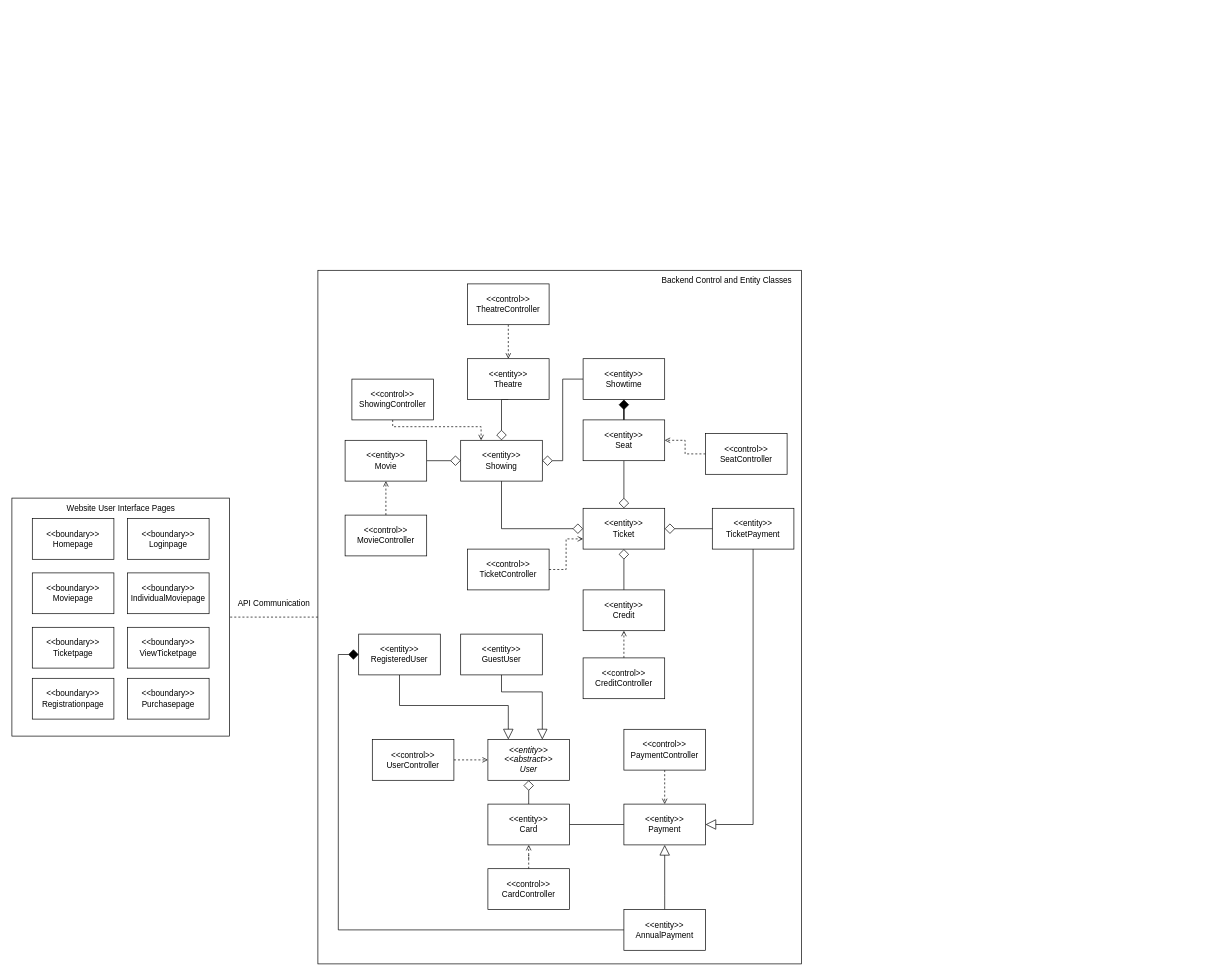
This is doc/drawio/MostRecent/ClassDiagramWithRelationship.drawio from ticket-kings/movie-theatre-system-backend, a draw.io file, before an edit. Source tidied: cells renumbered, new cells numbered last; positions are measured from the earlier drawing's top-left corner, leaving out a move shared by most shapes. Both pictures are drawn from the tidied source at 68%, with x=0, y=0 at pixel (12, 270).
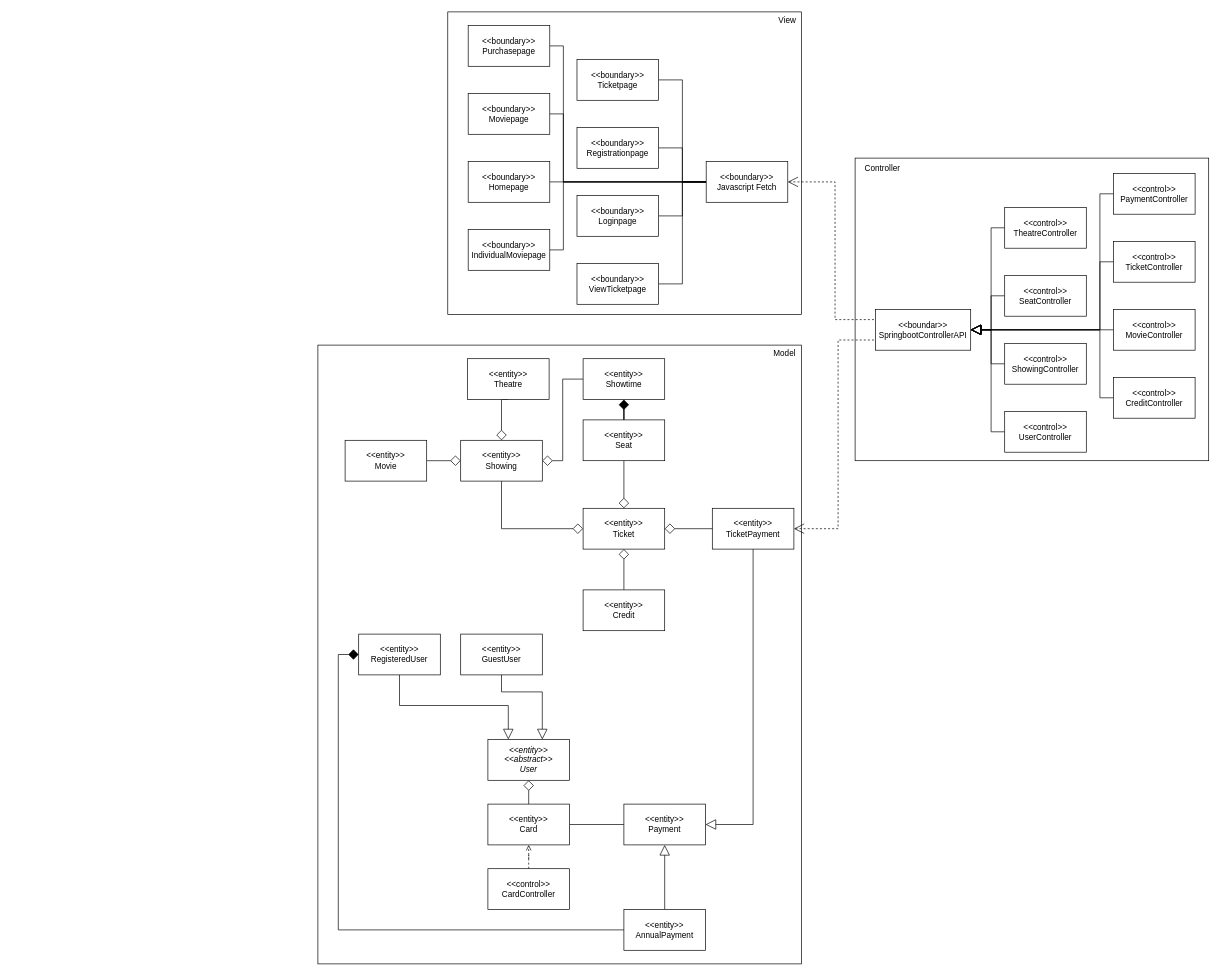
The same diagram, later.

Commit message (it also covers changes not shown here):
Update class diagram

The change refers to these unchanged cells:
```xml
<mxCell id="17" value="&lt;i&gt;&amp;lt;&amp;lt;entity&amp;gt;&amp;gt;&lt;br&gt;&amp;lt;&amp;lt;abstract&amp;gt;&amp;gt;&lt;br&gt;User&lt;/i&gt;" style="rounded=0;whiteSpace=wrap;html=1;shadow=0;" parent="1" vertex="1">
  <mxGeometry x="700" y="690" width="120" height="60" as="geometry" />
</mxCell>
<mxCell id="18" value="&amp;lt;&amp;lt;entity&amp;gt;&amp;gt;&lt;br&gt;Credit" style="rounded=0;whiteSpace=wrap;html=1;shadow=0;" parent="1" vertex="1">
  <mxGeometry x="840" y="470" width="120" height="60" as="geometry" />
</mxCell>
<mxCell id="19" value="&amp;lt;&amp;lt;entity&amp;gt;&amp;gt;&lt;br&gt;Movie" style="rounded=0;whiteSpace=wrap;html=1;shadow=0;" parent="1" vertex="1">
  <mxGeometry x="490" y="250" width="120" height="60" as="geometry" />
</mxCell>
<mxCell id="21" value="&amp;lt;&amp;lt;entity&amp;gt;&amp;gt;&lt;br&gt;Showing" style="rounded=0;whiteSpace=wrap;html=1;shadow=0;" parent="1" vertex="1">
  <mxGeometry x="660" y="250" width="120" height="60" as="geometry" />
</mxCell>
<mxCell id="22" value="&amp;lt;&amp;lt;entity&amp;gt;&amp;gt;&lt;br&gt;Theatre" style="rounded=0;whiteSpace=wrap;html=1;shadow=0;" parent="1" vertex="1">
  <mxGeometry x="670" y="130" width="120" height="60" as="geometry" />
</mxCell>
<mxCell id="24" value="&amp;lt;&amp;lt;entity&amp;gt;&amp;gt;&lt;br&gt;Payment" style="rounded=0;whiteSpace=wrap;html=1;shadow=0;" parent="1" vertex="1">
  <mxGeometry x="900" y="785" width="120" height="60" as="geometry" />
</mxCell>
<mxCell id="25" value="&amp;lt;&amp;lt;entity&amp;gt;&amp;gt;&lt;br&gt;Ticket" style="rounded=0;whiteSpace=wrap;html=1;shadow=0;" parent="1" vertex="1">
  <mxGeometry x="840" y="350" width="120" height="60" as="geometry" />
</mxCell>
<mxCell id="27" value="&amp;lt;&amp;lt;entity&amp;gt;&amp;gt;&lt;br&gt;TicketPayment" style="rounded=0;whiteSpace=wrap;html=1;shadow=0;" parent="1" vertex="1">
  <mxGeometry x="1030" y="350" width="120" height="60" as="geometry" />
</mxCell>
<mxCell id="31" value="&amp;lt;&amp;lt;entity&amp;gt;&amp;gt;&lt;br&gt;Seat" style="rounded=0;whiteSpace=wrap;html=1;shadow=0;" parent="1" vertex="1">
  <mxGeometry x="840" y="220" width="120" height="60" as="geometry" />
</mxCell>
```

Diff of the diagram source:
```diff
@@
-    <mxCell id="2" style="edgeStyle=orthogonalEdgeStyle;rounded=0;jettySize=auto;html=1;dashed=1;endArrow=none;endFill=0;entryX=1;entryY=0.5;entryDx=0;entryDy=0;" parent="1" edge="1" source="3" target="4">
-      <mxGeometry relative="1" as="geometry" />
-    </mxCell>
+    <mxCell id="63" style="rounded=0;whiteSpace=wrap;html=1;" parent="1" vertex="1">
+      <mxGeometry x="1240" y="-165" width="520" height="445" as="geometry" />
+    </mxCell>
     <mxCell id="3" style="rounded=0;whiteSpace=wrap;html=1;" parent="1" vertex="1">
-      <mxGeometry x="450" width="711" height="1020" as="geometry" />
+      <mxGeometry x="450" y="110" width="711" height="910" as="geometry" />
     </mxCell>
     <mxCell id="4" style="rounded=0;whiteSpace=wrap;html=1;" parent="1" vertex="1">
-      <mxGeometry y="335" width="320" height="350" as="geometry" />
+      <mxGeometry x="641" y="-380" width="520" height="445" as="geometry" />
     </mxCell>
@@
+    <mxCell id="64" style="edgeStyle=orthogonalEdgeStyle;rounded=0;jettySize=auto;html=1;entryX=0;entryY=0.75;entryDx=0;entryDy=0;startArrow=open;startFill=0;endArrow=none;endFill=0;startSize=13;endSize=13;dashed=1;" parent="1" edge="1" source="27" target="81">
+      <mxGeometry relative="1" as="geometry" />
+    </mxCell>
@@
-    <mxCell id="33" style="edgeStyle=orthogonalEdgeStyle;rounded=0;jettySize=auto;html=1;entryX=0.5;entryY=0;entryDx=0;entryDy=0;dashed=1;endArrow=open;endFill=0;" parent="1" edge="1" source="34" target="24">
-      <mxGeometry relative="1" as="geometry" />
-    </mxCell>
+    <mxCell id="65" style="edgeStyle=orthogonalEdgeStyle;rounded=0;jettySize=auto;html=1;entryX=1;entryY=0.5;entryDx=0;entryDy=0;endArrow=block;endFill=0;endSize=13;startSize=13;" parent="1" edge="1" source="34" target="81">
+      <mxGeometry relative="1" as="geometry">
+        <Array as="points">
+          <mxPoint x="1600" y="-112.5" />
+          <mxPoint x="1600" y="87.5" />
+        </Array>
+      </mxGeometry>
+    </mxCell>
     <mxCell id="34" value="&amp;lt;&amp;lt;control&amp;gt;&amp;gt;&lt;br&gt;PaymentController" style="rounded=0;whiteSpace=wrap;html=1;shadow=0;" parent="1" vertex="1">
-      <mxGeometry x="900" y="675" width="120" height="60" as="geometry" />
+      <mxGeometry x="1620" y="-142.5" width="120" height="60" as="geometry" />
     </mxCell>
-    <mxCell id="35" style="edgeStyle=orthogonalEdgeStyle;rounded=0;jettySize=auto;html=1;entryX=1;entryY=0.5;entryDx=0;entryDy=0;dashed=1;endArrow=open;endFill=0;" parent="1" edge="1" source="36" target="31">
-      <mxGeometry relative="1" as="geometry" />
-    </mxCell>
+    <mxCell id="66" style="edgeStyle=orthogonalEdgeStyle;rounded=0;jettySize=auto;html=1;entryX=1;entryY=0.5;entryDx=0;entryDy=0;endArrow=block;endFill=0;endSize=13;startSize=13;" parent="1" edge="1" source="36" target="81">
+      <mxGeometry relative="1" as="geometry" />
+    </mxCell>
     <mxCell id="36" value="&amp;lt;&amp;lt;control&amp;gt;&amp;gt;&lt;br&gt;SeatController" style="rounded=0;whiteSpace=wrap;html=1;shadow=0;" parent="1" vertex="1">
-      <mxGeometry x="1020" y="240" width="120" height="60" as="geometry" />
+      <mxGeometry x="1460" y="7.5" width="120" height="60" as="geometry" />
     </mxCell>
-    <mxCell id="37" style="edgeStyle=orthogonalEdgeStyle;rounded=0;jettySize=auto;html=1;entryX=0.5;entryY=0;entryDx=0;entryDy=0;endArrow=open;endFill=0;dashed=1;" parent="1" edge="1" source="38" target="22">
-      <mxGeometry relative="1" as="geometry" />
-    </mxCell>
+    <mxCell id="67" style="edgeStyle=orthogonalEdgeStyle;rounded=0;jettySize=auto;html=1;entryX=1;entryY=0.5;entryDx=0;entryDy=0;endArrow=block;endFill=0;endSize=13;startSize=13;" parent="1" edge="1" source="38" target="81">
+      <mxGeometry relative="1" as="geometry" />
+    </mxCell>
     <mxCell id="38" value="&amp;lt;&amp;lt;control&amp;gt;&amp;gt;&lt;br&gt;TheatreController" style="rounded=0;whiteSpace=wrap;html=1;shadow=0;" parent="1" vertex="1">
-      <mxGeometry x="670" y="20" width="120" height="60" as="geometry" />
+      <mxGeometry x="1460" y="-92.5" width="120" height="60" as="geometry" />
     </mxCell>
-    <mxCell id="39" style="edgeStyle=orthogonalEdgeStyle;rounded=0;jettySize=auto;html=1;entryX=0.5;entryY=1;entryDx=0;entryDy=0;dashed=1;endArrow=open;endFill=0;" parent="1" edge="1" source="40" target="19">
-      <mxGeometry relative="1" as="geometry" />
-    </mxCell>
+    <mxCell id="68" style="edgeStyle=orthogonalEdgeStyle;rounded=0;jettySize=auto;html=1;entryX=1;entryY=0.5;entryDx=0;entryDy=0;endArrow=block;endFill=0;endSize=13;startSize=13;" parent="1" edge="1" source="40" target="81">
+      <mxGeometry relative="1" as="geometry" />
+    </mxCell>
     <mxCell id="40" value="&amp;lt;&amp;lt;control&amp;gt;&amp;gt;&lt;br&gt;MovieController" style="rounded=0;whiteSpace=wrap;html=1;shadow=0;" parent="1" vertex="1">
-      <mxGeometry x="490" y="360" width="120" height="60" as="geometry" />
+      <mxGeometry x="1620" y="57.5" width="120" height="60" as="geometry" />
     </mxCell>
-    <mxCell id="41" style="edgeStyle=orthogonalEdgeStyle;rounded=0;jettySize=auto;html=1;entryX=0;entryY=0.75;entryDx=0;entryDy=0;dashed=1;endArrow=open;endFill=0;" parent="1" edge="1" source="42" target="25">
-      <mxGeometry relative="1" as="geometry" />
-    </mxCell>
+    <mxCell id="69" style="edgeStyle=orthogonalEdgeStyle;rounded=0;jettySize=auto;html=1;entryX=1;entryY=0.5;entryDx=0;entryDy=0;endArrow=block;endFill=0;endSize=13;startSize=13;" parent="1" edge="1" source="42" target="81">
+      <mxGeometry relative="1" as="geometry">
+        <Array as="points">
+          <mxPoint x="1600" y="-12.5" />
+          <mxPoint x="1600" y="87.5" />
+        </Array>
+      </mxGeometry>
+    </mxCell>
     <mxCell id="42" value="&amp;lt;&amp;lt;control&amp;gt;&amp;gt;&lt;br&gt;TicketController" style="rounded=0;whiteSpace=wrap;html=1;shadow=0;" parent="1" vertex="1">
-      <mxGeometry x="670" y="410" width="120" height="60" as="geometry" />
+      <mxGeometry x="1620" y="-42.5" width="120" height="60" as="geometry" />
     </mxCell>
-    <mxCell id="43" style="edgeStyle=orthogonalEdgeStyle;rounded=0;jettySize=auto;html=1;entryX=0.25;entryY=0;entryDx=0;entryDy=0;dashed=1;endArrow=open;endFill=0;" parent="1" edge="1" source="44" target="21">
-      <mxGeometry relative="1" as="geometry">
-        <Array as="points">
-          <mxPoint x="560" y="230" />
-          <mxPoint x="690" y="230" />
-        </Array>
-      </mxGeometry>
-    </mxCell>
+    <mxCell id="70" style="edgeStyle=orthogonalEdgeStyle;rounded=0;jettySize=auto;html=1;entryX=1;entryY=0.5;entryDx=0;entryDy=0;endArrow=block;endFill=0;endSize=13;startSize=13;" parent="1" edge="1" source="44" target="81">
+      <mxGeometry relative="1" as="geometry" />
+    </mxCell>
     <mxCell id="44" value="&amp;lt;&amp;lt;control&amp;gt;&amp;gt;&lt;br&gt;ShowingController" style="rounded=0;whiteSpace=wrap;html=1;shadow=0;" parent="1" vertex="1">
-      <mxGeometry x="500" y="160" width="120" height="60" as="geometry" />
+      <mxGeometry x="1460" y="107.5" width="120" height="60" as="geometry" />
     </mxCell>
@@
-    <mxCell id="47" style="edgeStyle=orthogonalEdgeStyle;rounded=0;jettySize=auto;html=1;entryX=0.5;entryY=1;entryDx=0;entryDy=0;dashed=1;endArrow=open;endFill=0;" parent="1" edge="1" source="48" target="18">
-      <mxGeometry relative="1" as="geometry" />
-    </mxCell>
+    <mxCell id="71" style="edgeStyle=orthogonalEdgeStyle;rounded=0;jettySize=auto;html=1;entryX=1;entryY=0.5;entryDx=0;entryDy=0;endArrow=block;endFill=0;endSize=13;startSize=13;" parent="1" edge="1" source="48" target="81">
+      <mxGeometry relative="1" as="geometry">
+        <Array as="points">
+          <mxPoint x="1600" y="187.5" />
+          <mxPoint x="1600" y="87.5" />
+        </Array>
+      </mxGeometry>
+    </mxCell>
     <mxCell id="48" value="&amp;lt;&amp;lt;control&amp;gt;&amp;gt;&lt;br&gt;CreditController" style="rounded=0;whiteSpace=wrap;html=1;shadow=0;" parent="1" vertex="1">
-      <mxGeometry x="840" y="570" width="120" height="60" as="geometry" />
+      <mxGeometry x="1620" y="157.5" width="120" height="60" as="geometry" />
     </mxCell>
-    <mxCell id="49" style="edgeStyle=orthogonalEdgeStyle;rounded=0;jettySize=auto;html=1;entryX=0;entryY=0.5;entryDx=0;entryDy=0;dashed=1;endArrow=open;endFill=0;" parent="1" edge="1" source="50" target="17">
-      <mxGeometry relative="1" as="geometry" />
-    </mxCell>
+    <mxCell id="72" style="edgeStyle=orthogonalEdgeStyle;rounded=0;jettySize=auto;html=1;entryX=1;entryY=0.5;entryDx=0;entryDy=0;endArrow=block;endFill=0;endSize=13;startSize=13;" parent="1" edge="1" source="50" target="81">
+      <mxGeometry relative="1" as="geometry" />
+    </mxCell>
     <mxCell id="50" value="&amp;lt;&amp;lt;control&amp;gt;&amp;gt;&lt;br&gt;UserController" style="rounded=0;whiteSpace=wrap;html=1;shadow=0;" parent="1" vertex="1">
-      <mxGeometry x="530" y="690" width="120" height="60" as="geometry" />
+      <mxGeometry x="1460" y="207.5" width="120" height="60" as="geometry" />
     </mxCell>
+    <mxCell id="73" style="edgeStyle=orthogonalEdgeStyle;rounded=0;jettySize=auto;html=1;entryX=0;entryY=0.5;entryDx=0;entryDy=0;endArrow=none;endFill=0;" parent="1" edge="1" source="51" target="83">
+      <mxGeometry relative="1" as="geometry" />
+    </mxCell>
     <mxCell id="51" value="&amp;lt;&amp;lt;boundary&amp;gt;&amp;gt;&lt;br&gt;Loginpage" style="rounded=0;whiteSpace=wrap;html=1;shadow=0;" parent="1" vertex="1">
-      <mxGeometry x="170" y="365" width="120" height="60" as="geometry" />
+      <mxGeometry x="831" y="-110" width="120" height="60" as="geometry" />
     </mxCell>
+    <mxCell id="74" style="edgeStyle=orthogonalEdgeStyle;rounded=0;jettySize=auto;html=1;entryX=0;entryY=0.5;entryDx=0;entryDy=0;endArrow=none;endFill=0;" parent="1" edge="1" source="52" target="83">
+      <mxGeometry relative="1" as="geometry" />
+    </mxCell>
     <mxCell id="52" value="&amp;lt;&amp;lt;boundary&amp;gt;&amp;gt;&lt;br&gt;Homepage" style="rounded=0;whiteSpace=wrap;html=1;shadow=0;" parent="1" vertex="1">
-      <mxGeometry x="30" y="365" width="120" height="60" as="geometry" />
+      <mxGeometry x="671" y="-160" width="120" height="60" as="geometry" />
     </mxCell>
+    <mxCell id="75" style="edgeStyle=orthogonalEdgeStyle;rounded=0;jettySize=auto;html=1;entryX=0;entryY=0.5;entryDx=0;entryDy=0;endArrow=none;endFill=0;" parent="1" edge="1" source="53" target="83">
+      <mxGeometry relative="1" as="geometry" />
+    </mxCell>
     <mxCell id="53" value="&amp;lt;&amp;lt;boundary&amp;gt;&amp;gt;&lt;br&gt;Registrationpage" style="rounded=0;whiteSpace=wrap;html=1;shadow=0;" parent="1" vertex="1">
-      <mxGeometry x="30" y="600" width="120" height="60" as="geometry" />
+      <mxGeometry x="831" y="-210" width="120" height="60" as="geometry" />
     </mxCell>
+    <mxCell id="76" style="edgeStyle=orthogonalEdgeStyle;rounded=0;jettySize=auto;html=1;entryX=0;entryY=0.5;entryDx=0;entryDy=0;endArrow=none;endFill=0;" parent="1" edge="1" source="54" target="83">
+      <mxGeometry relative="1" as="geometry">
+        <Array as="points">
+          <mxPoint x="811" y="-230" />
+          <mxPoint x="811" y="-130" />
+        </Array>
+      </mxGeometry>
+    </mxCell>
     <mxCell id="54" value="&amp;lt;&amp;lt;boundary&amp;gt;&amp;gt;&lt;br&gt;Moviepage" style="rounded=0;whiteSpace=wrap;html=1;shadow=0;" parent="1" vertex="1">
-      <mxGeometry x="30" y="445" width="120" height="60" as="geometry" />
+      <mxGeometry x="671" y="-260" width="120" height="60" as="geometry" />
     </mxCell>
+    <mxCell id="77" style="edgeStyle=orthogonalEdgeStyle;rounded=0;jettySize=auto;html=1;entryX=0;entryY=0.5;entryDx=0;entryDy=0;endArrow=none;endFill=0;" parent="1" edge="1" source="55" target="83">
+      <mxGeometry relative="1" as="geometry">
+        <Array as="points">
+          <mxPoint x="811" y="-30" />
+          <mxPoint x="811" y="-130" />
+        </Array>
+      </mxGeometry>
+    </mxCell>
     <mxCell id="55" value="&amp;lt;&amp;lt;boundary&amp;gt;&amp;gt;&lt;br&gt;IndividualMoviepage" style="rounded=0;whiteSpace=wrap;html=1;shadow=0;" parent="1" vertex="1">
-      <mxGeometry x="170" y="445" width="120" height="60" as="geometry" />
+      <mxGeometry x="671" y="-60" width="120" height="60" as="geometry" />
     </mxCell>
+    <mxCell id="78" style="edgeStyle=orthogonalEdgeStyle;rounded=0;jettySize=auto;html=1;entryX=0;entryY=0.5;entryDx=0;entryDy=0;endArrow=none;endFill=0;" parent="1" edge="1" source="56" target="83">
+      <mxGeometry relative="1" as="geometry" />
+    </mxCell>
     <mxCell id="56" value="&amp;lt;&amp;lt;boundary&amp;gt;&amp;gt;&lt;br&gt;Ticketpage" style="rounded=0;whiteSpace=wrap;html=1;shadow=0;" parent="1" vertex="1">
-      <mxGeometry x="30" y="525" width="120" height="60" as="geometry" />
+      <mxGeometry x="831" y="-310" width="120" height="60" as="geometry" />
     </mxCell>
+    <mxCell id="79" style="edgeStyle=orthogonalEdgeStyle;rounded=0;jettySize=auto;html=1;entryX=0;entryY=0.5;entryDx=0;entryDy=0;endArrow=none;endFill=0;" parent="1" edge="1" source="57" target="83">
+      <mxGeometry relative="1" as="geometry">
+        <Array as="points">
+          <mxPoint x="811" y="-330" />
+          <mxPoint x="811" y="-130" />
+        </Array>
+      </mxGeometry>
+    </mxCell>
     <mxCell id="57" value="&amp;lt;&amp;lt;boundary&amp;gt;&amp;gt;&lt;br&gt;Purchasepage" style="rounded=0;whiteSpace=wrap;html=1;shadow=0;" parent="1" vertex="1">
-      <mxGeometry x="170" y="600" width="120" height="60" as="geometry" />
+      <mxGeometry x="671" y="-360" width="120" height="60" as="geometry" />
     </mxCell>
+    <mxCell id="80" style="edgeStyle=orthogonalEdgeStyle;rounded=0;jettySize=auto;html=1;entryX=0;entryY=0.5;entryDx=0;entryDy=0;endArrow=none;endFill=0;" parent="1" edge="1" source="58" target="83">
+      <mxGeometry relative="1" as="geometry" />
+    </mxCell>
     <mxCell id="58" value="&amp;lt;&amp;lt;boundary&amp;gt;&amp;gt;&lt;br&gt;ViewTicketpage" style="rounded=0;whiteSpace=wrap;html=1;shadow=0;" parent="1" vertex="1">
-      <mxGeometry x="170" y="525" width="120" height="60" as="geometry" />
+      <mxGeometry x="831" y="-10" width="120" height="60" as="geometry" />
     </mxCell>
@@
-    <mxCell id="60" value="Website User Interface Pages" style="text;html=1;align=center;verticalAlign=middle;strokeColor=none;fillColor=none;" parent="1" vertex="1">
-      <mxGeometry x="70" y="335" width="180" height="30" as="geometry" />
+    <mxCell id="60" value="View" style="text;html=1;align=center;verticalAlign=middle;strokeColor=none;fillColor=none;" parent="1" vertex="1">
+      <mxGeometry x="1118" y="-380" width="43" height="25" as="geometry" />
     </mxCell>
-    <mxCell id="61" value="Backend Control and Entity Classes" style="text;html=1;align=center;verticalAlign=middle;strokeColor=none;fillColor=none;" parent="1" vertex="1">
-      <mxGeometry x="941" width="220" height="30" as="geometry" />
+    <mxCell id="61" value="Model" style="text;html=1;align=center;verticalAlign=middle;strokeColor=none;fillColor=none;" parent="1" vertex="1">
+      <mxGeometry x="1110" y="110" width="51" height="25" as="geometry" />
     </mxCell>
-    <mxCell id="62" value="API Communication" style="text;html=1;align=center;verticalAlign=middle;strokeColor=none;fillColor=none;" parent="1" vertex="1">
-      <mxGeometry x="320" y="475" width="130" height="30" as="geometry" />
-    </mxCell>
+    <mxCell id="81" value="&amp;lt;&amp;lt;boundar&amp;gt;&amp;gt;&lt;br&gt;SpringbootControllerAPI" style="rounded=0;whiteSpace=wrap;html=1;shadow=0;" parent="1" vertex="1">
+      <mxGeometry x="1270" y="57.5" width="140" height="60" as="geometry" />
+    </mxCell>
+    <mxCell id="82" style="edgeStyle=orthogonalEdgeStyle;rounded=0;jettySize=auto;html=1;entryX=0;entryY=0.25;entryDx=0;entryDy=0;startArrow=open;startFill=0;endArrow=none;endFill=0;startSize=13;endSize=13;dashed=1;" parent="1" edge="1" source="83" target="81">
+      <mxGeometry relative="1" as="geometry" />
+    </mxCell>
+    <mxCell id="83" value="&amp;lt;&amp;lt;boundary&amp;gt;&amp;gt;&lt;br&gt;Javascript Fetch" style="rounded=0;whiteSpace=wrap;html=1;shadow=0;" parent="1" vertex="1">
+      <mxGeometry x="1021" y="-160" width="120" height="60" as="geometry" />
+    </mxCell>
+    <mxCell id="84" value="Controller" style="text;html=1;align=center;verticalAlign=middle;strokeColor=none;fillColor=none;" parent="1" vertex="1">
+      <mxGeometry x="1240" y="-165" width="80" height="30" as="geometry" />
+    </mxCell>
```
